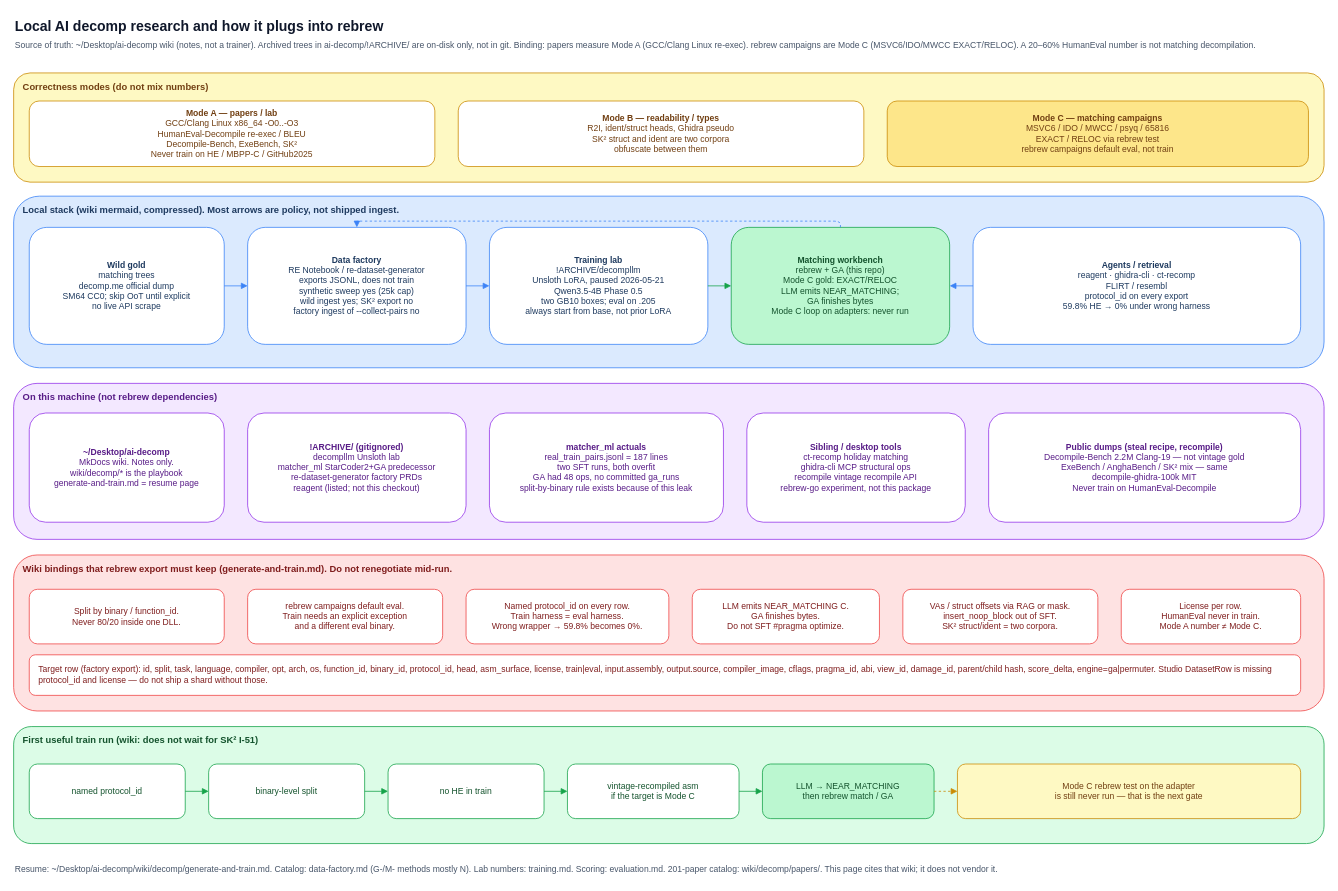
Above: page "9. AI decomp research" (9 of 9) of docs/architecture.drawio in maci0/rebrew (draw.io), before the change. Source tidied: cells renumbered, new cells numbered last; positions are measured from the earlier drawing's top-left corner, leaving out a move shared by most shapes. Both pictures are drawn from the tidied source at 78%, with x=0, y=0 at pixel (13, 13).
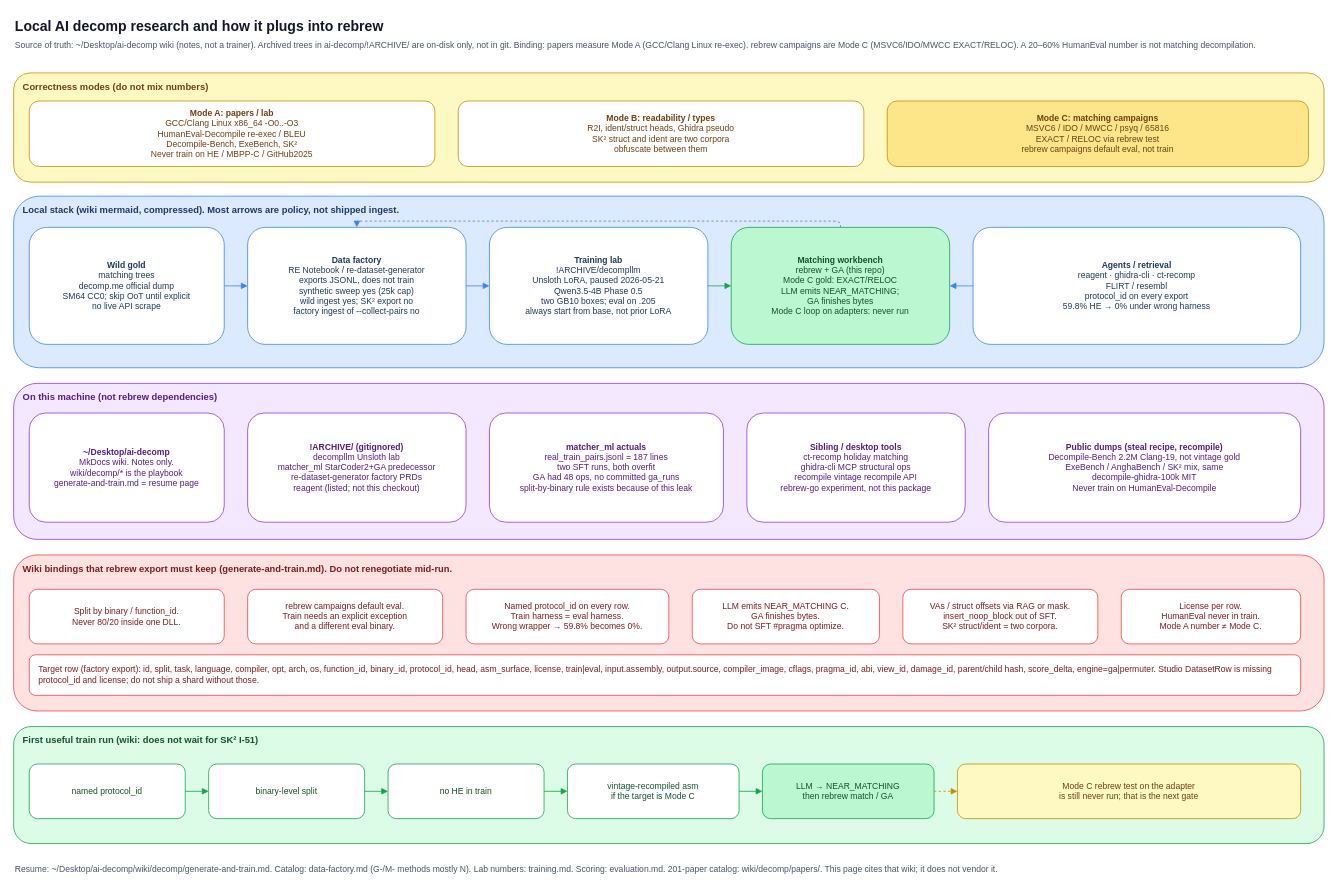
The same page after the edit.

The edit, as a diff of the source:
```diff
@@
-    <mxCell id="5" value="&lt;b&gt;Mode A — papers / lab&lt;/b&gt;&lt;br&gt;GCC/Clang Linux x86_64 -O0..-O3&lt;br&gt;HumanEval-Decompile re-exec / BLEU&lt;br&gt;Decompile-Bench, ExeBench, SK²&lt;br&gt;Never train on HE / MBPP-C / GitHub2025" style="rounded=1;whiteSpace=wrap;html=1;fillColor=#ffffff;strokeColor=#ca8a04;fontColor=#713f12;align=center;fontSize=11;" parent="1" vertex="1">
+    <mxCell id="5" value="&lt;b&gt;Mode A: papers / lab&lt;/b&gt;&lt;br&gt;GCC/Clang Linux x86_64 -O0..-O3&lt;br&gt;HumanEval-Decompile re-exec / BLEU&lt;br&gt;Decompile-Bench, ExeBench, SK²&lt;br&gt;Never train on HE / MBPP-C / GitHub2025" style="rounded=1;whiteSpace=wrap;html=1;fillColor=#ffffff;strokeColor=#ca8a04;fontColor=#713f12;align=center;fontSize=11;" parent="1" vertex="1">
       <mxGeometry x="20" y="112" width="520" height="84" as="geometry" />
     </mxCell>
-    <mxCell id="6" value="&lt;b&gt;Mode B — readability / types&lt;/b&gt;&lt;br&gt;R2I, ident/struct heads, Ghidra pseudo&lt;br&gt;SK² struct and ident are two corpora&lt;br&gt;obfuscate between them" style="rounded=1;whiteSpace=wrap;html=1;fillColor=#ffffff;strokeColor=#ca8a04;fontColor=#713f12;align=center;fontSize=11;" parent="1" vertex="1">
+    <mxCell id="6" value="&lt;b&gt;Mode B: readability / types&lt;/b&gt;&lt;br&gt;R2I, ident/struct heads, Ghidra pseudo&lt;br&gt;SK² struct and ident are two corpora&lt;br&gt;obfuscate between them" style="rounded=1;whiteSpace=wrap;html=1;fillColor=#ffffff;strokeColor=#ca8a04;fontColor=#713f12;align=center;fontSize=11;" parent="1" vertex="1">
       <mxGeometry x="570" y="112" width="520" height="84" as="geometry" />
     </mxCell>
-    <mxCell id="7" value="&lt;b&gt;Mode C — matching campaigns&lt;/b&gt;&lt;br&gt;MSVC6 / IDO / MWCC / psyq / 65816&lt;br&gt;EXACT / RELOC via rebrew test&lt;br&gt;rebrew campaigns default eval, not train" style="rounded=1;whiteSpace=wrap;html=1;fillColor=#fde68a;strokeColor=#ca8a04;fontColor=#713f12;align=center;fontSize=11;" parent="1" vertex="1">
+    <mxCell id="7" value="&lt;b&gt;Mode C: matching campaigns&lt;/b&gt;&lt;br&gt;MSVC6 / IDO / MWCC / psyq / 65816&lt;br&gt;EXACT / RELOC via rebrew test&lt;br&gt;rebrew campaigns default eval, not train" style="rounded=1;whiteSpace=wrap;html=1;fillColor=#fde68a;strokeColor=#ca8a04;fontColor=#713f12;align=center;fontSize=11;" parent="1" vertex="1">
       <mxGeometry x="1120" y="112" width="540" height="84" as="geometry" />
     </mxCell>
@@
-    <mxCell id="24" value="&lt;b&gt;Public dumps (steal recipe, recompile)&lt;/b&gt;&lt;br&gt;Decompile-Bench 2.2M Clang-19 — not vintage gold&lt;br&gt;ExeBench / AnghaBench / SK² mix — same&lt;br&gt;decompile-ghidra-100k MIT&lt;br&gt;Never train on HumanEval-Decompile" style="rounded=1;whiteSpace=wrap;html=1;fillColor=#ffffff;strokeColor=#9333ea;fontColor=#581c87;align=center;fontSize=11;" parent="1" vertex="1">
+    <mxCell id="24" value="&lt;b&gt;Public dumps (steal recipe, recompile)&lt;/b&gt;&lt;br&gt;Decompile-Bench 2.2M Clang-19, not vintage gold&lt;br&gt;ExeBench / AnghaBench / SK² mix, same&lt;br&gt;decompile-ghidra-100k MIT&lt;br&gt;Never train on HumanEval-Decompile" style="rounded=1;whiteSpace=wrap;html=1;fillColor=#ffffff;strokeColor=#9333ea;fontColor=#581c87;align=center;fontSize=11;" parent="1" vertex="1">
       <mxGeometry x="1250" y="512" width="400" height="140" as="geometry" />
     </mxCell>
@@
-    <mxCell id="32" value="Target row (factory export): id, split, task, language, compiler, opt, arch, os, function_id, binary_id, protocol_id, head, asm_surface, license, train|eval, input.assembly, output.source, compiler_image, cflags, pragma_id, abi, view_id, damage_id, parent/child hash, score_delta, engine=ga|permuter. Studio DatasetRow is missing protocol_id and license — do not ship a shard without those." style="rounded=1;whiteSpace=wrap;html=1;fillColor=#ffffff;strokeColor=#ef4444;fontColor=#7f1d1d;align=left;spacingLeft=10;fontSize=11;" parent="1" vertex="1">
+    <mxCell id="32" value="Target row (factory export): id, split, task, language, compiler, opt, arch, os, function_id, binary_id, protocol_id, head, asm_surface, license, train|eval, input.assembly, output.source, compiler_image, cflags, pragma_id, abi, view_id, damage_id, parent/child hash, score_delta, engine=ga|permuter. Studio DatasetRow is missing protocol_id and license; do not ship a shard without those." style="rounded=1;whiteSpace=wrap;html=1;fillColor=#ffffff;strokeColor=#ef4444;fontColor=#7f1d1d;align=left;spacingLeft=10;fontSize=11;" parent="1" vertex="1">
       <mxGeometry x="20" y="822" width="1630" height="52" as="geometry" />
     </mxCell>
@@
-    <mxCell id="39" value="Mode C rebrew test on the adapter&lt;br&gt;is still never run — that is the next gate" style="rounded=1;whiteSpace=wrap;html=1;fillColor=#fef9c3;strokeColor=#ca8a04;fontColor=#713f12;align=center;fontSize=11;" parent="1" vertex="1">
+    <mxCell id="39" value="Mode C rebrew test on the adapter&lt;br&gt;is still never run; that is the next gate" style="rounded=1;whiteSpace=wrap;html=1;fillColor=#fef9c3;strokeColor=#ca8a04;fontColor=#713f12;align=center;fontSize=11;" parent="1" vertex="1">
       <mxGeometry x="1210" y="962" width="440" height="70" as="geometry" />
     </mxCell>
```
